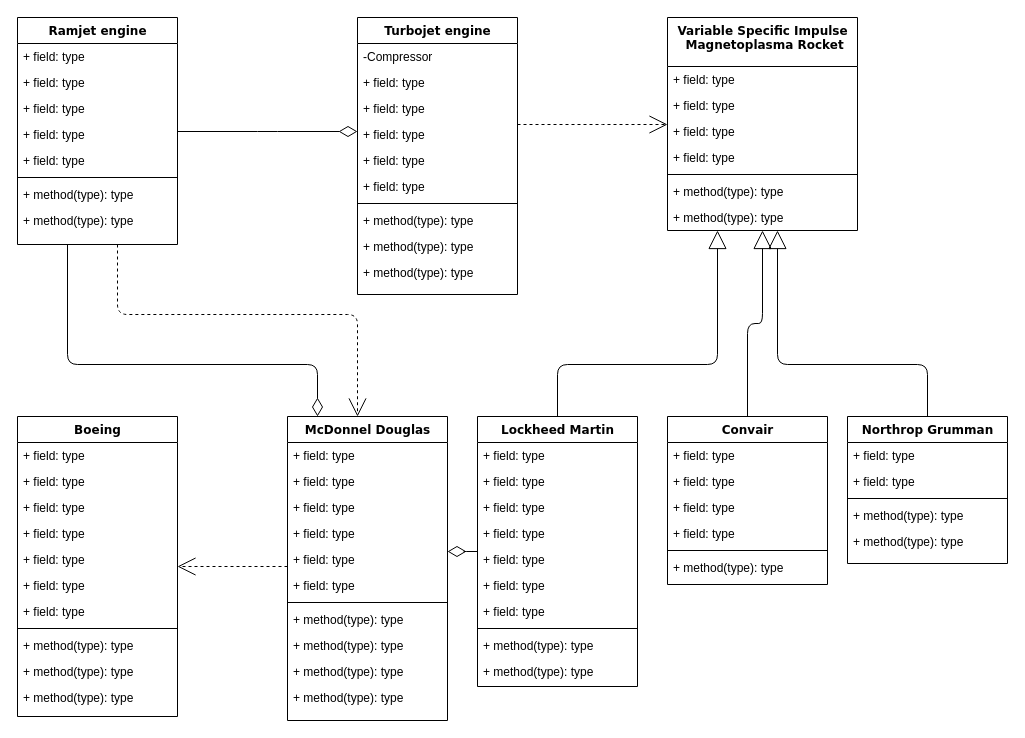
Above: Untitled Diagram.drawio in VladyslavPsyuk/WorkPlace (draw.io), before the change. Source tidied: cells renumbered, new cells numbered last; positions are measured from the earlier drawing's top-left corner, leaving out a move shared by most shapes. Both pictures are drawn from the tidied source at 100%, with x=0, y=0 at pixel (17, 17).
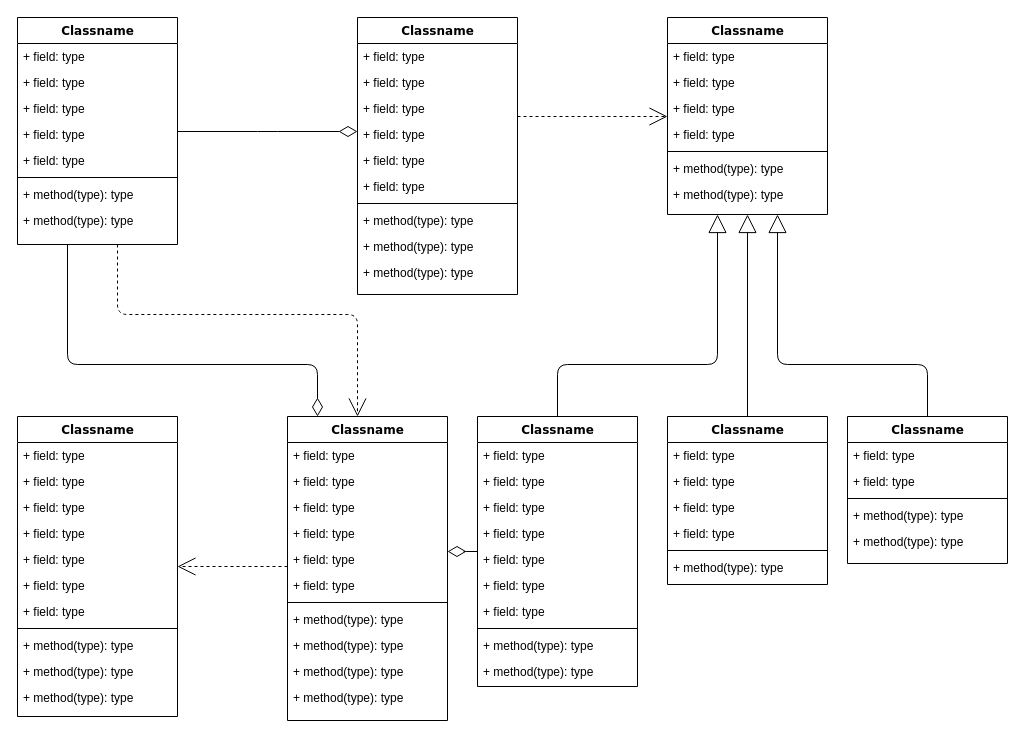
Above is the later version.

What changed in the source:
```diff
@@
-    <mxCell id="4" value="Ramjet engine" style="swimlane;html=1;fontStyle=1;align=center;verticalAlign=top;horizontal=1;startSize=26;swimlaneFillColor=#ffffff;rounded=0;shadow=0;comic=0;labelBackgroundColor=none;strokeColor=#000000;strokeWidth=1;fillColor=none;fontFamily=Verdana;fontSize=12;fontColor=#000000;" parent="1" vertex="1">
+    <mxCell id="4" value="Classname" style="swimlane;html=1;fontStyle=1;align=center;verticalAlign=top;horizontal=1;startSize=26;swimlaneFillColor=#ffffff;rounded=0;shadow=0;comic=0;labelBackgroundColor=none;strokeColor=#000000;strokeWidth=1;fillColor=none;fontFamily=Verdana;fontSize=12;fontColor=#000000;" parent="1" vertex="1">
       <mxGeometry width="160" height="227" as="geometry" />
     </mxCell>
@@
-    <mxCell id="14" value="Turbojet engine" style="swimlane;html=1;fontStyle=1;align=center;verticalAlign=top;horizontal=1;startSize=26;swimlaneFillColor=#ffffff;rounded=0;shadow=0;comic=0;labelBackgroundColor=none;strokeColor=#000000;strokeWidth=1;fillColor=none;fontFamily=Verdana;fontSize=12;fontColor=#000000;" parent="1" vertex="1">
+    <mxCell id="14" value="Classname" style="swimlane;html=1;fontStyle=1;align=center;verticalAlign=top;horizontal=1;startSize=26;swimlaneFillColor=#ffffff;rounded=0;shadow=0;comic=0;labelBackgroundColor=none;strokeColor=#000000;strokeWidth=1;fillColor=none;fontFamily=Verdana;fontSize=12;fontColor=#000000;" parent="1" vertex="1">
       <mxGeometry x="340" width="160" height="277" as="geometry" />
     </mxCell>
-    <mxCell id="15" value="-Compressor" style="text;html=1;strokeColor=none;fillColor=none;align=left;verticalAlign=top;spacingLeft=4;spacingRight=4;whiteSpace=wrap;overflow=hidden;" parent="14" vertex="1">
+    <mxCell id="15" value="+ field: type" style="text;html=1;strokeColor=none;fillColor=none;align=left;verticalAlign=top;spacingLeft=4;spacingRight=4;whiteSpace=wrap;overflow=hidden;" parent="14" vertex="1">
       <mxGeometry y="26" width="160" height="26" as="geometry" />
     </mxCell>
@@
-    <mxCell id="25" value="&lt;span&gt;Variable Specific Impulse&lt;br&gt;&amp;nbsp;Magnetoplasma Rocket&lt;/span&gt;" style="swimlane;html=1;fontStyle=1;align=center;verticalAlign=top;horizontal=1;startSize=49;swimlaneFillColor=#ffffff;rounded=0;shadow=0;comic=0;labelBackgroundColor=none;strokeColor=#000000;strokeWidth=1;fillColor=none;fontFamily=Verdana;fontSize=12;fontColor=#000000;" parent="1" vertex="1">
-      <mxGeometry x="650" width="190" height="213" as="geometry" />
+    <mxCell id="25" value="Classname" style="swimlane;html=1;fontStyle=1;align=center;verticalAlign=top;horizontal=1;startSize=26;swimlaneFillColor=#ffffff;rounded=0;shadow=0;comic=0;labelBackgroundColor=none;strokeColor=#000000;strokeWidth=1;fillColor=none;fontFamily=Verdana;fontSize=12;fontColor=#000000;" parent="1" vertex="1">
+      <mxGeometry x="650" width="160" height="197" as="geometry" />
     </mxCell>
     <mxCell id="26" value="+ field: type" style="text;html=1;strokeColor=none;fillColor=none;align=left;verticalAlign=top;spacingLeft=4;spacingRight=4;whiteSpace=wrap;overflow=hidden;" parent="25" vertex="1">
-      <mxGeometry y="49" width="190" height="26" as="geometry" />
+      <mxGeometry y="26" width="160" height="26" as="geometry" />
     </mxCell>
     <mxCell id="27" value="+ field: type" style="text;html=1;strokeColor=none;fillColor=none;align=left;verticalAlign=top;spacingLeft=4;spacingRight=4;whiteSpace=wrap;overflow=hidden;" parent="25" vertex="1">
-      <mxGeometry y="75" width="190" height="26" as="geometry" />
+      <mxGeometry y="52" width="160" height="26" as="geometry" />
     </mxCell>
     <mxCell id="28" value="+ field: type" style="text;html=1;strokeColor=none;fillColor=none;align=left;verticalAlign=top;spacingLeft=4;spacingRight=4;whiteSpace=wrap;overflow=hidden;" parent="25" vertex="1">
-      <mxGeometry y="101" width="190" height="26" as="geometry" />
+      <mxGeometry y="78" width="160" height="26" as="geometry" />
     </mxCell>
     <mxCell id="29" value="+ field: type" style="text;html=1;strokeColor=none;fillColor=none;align=left;verticalAlign=top;spacingLeft=4;spacingRight=4;whiteSpace=wrap;overflow=hidden;" parent="25" vertex="1">
-      <mxGeometry y="127" width="190" height="26" as="geometry" />
+      <mxGeometry y="104" width="160" height="26" as="geometry" />
     </mxCell>
     <mxCell id="30" style="line;html=1;strokeWidth=1;fillColor=none;align=left;verticalAlign=middle;spacingTop=-1;spacingLeft=3;spacingRight=3;labelPosition=right;" parent="25" vertex="1">
-      <mxGeometry y="153" width="190" height="8" as="geometry" />
+      <mxGeometry y="130" width="160" height="8" as="geometry" />
     </mxCell>
     <mxCell id="31" value="+ method(type): type" style="text;html=1;strokeColor=none;fillColor=none;align=left;verticalAlign=top;spacingLeft=4;spacingRight=4;whiteSpace=wrap;overflow=hidden;" parent="25" vertex="1">
-      <mxGeometry y="161" width="190" height="26" as="geometry" />
+      <mxGeometry y="138" width="160" height="26" as="geometry" />
     </mxCell>
     <mxCell id="32" value="+ method(type): type" style="text;html=1;strokeColor=none;fillColor=none;align=left;verticalAlign=top;spacingLeft=4;spacingRight=4;whiteSpace=wrap;overflow=hidden;" parent="25" vertex="1">
-      <mxGeometry y="187" width="190" height="26" as="geometry" />
+      <mxGeometry y="164" width="160" height="26" as="geometry" />
     </mxCell>
@@
-    <mxCell id="34" value="Boeing" style="swimlane;html=1;fontStyle=1;align=center;verticalAlign=top;horizontal=1;startSize=26;swimlaneFillColor=#ffffff;rounded=0;shadow=0;comic=0;labelBackgroundColor=none;strokeColor=#000000;strokeWidth=1;fillColor=none;fontFamily=Verdana;fontSize=12;fontColor=#000000;" parent="1" vertex="1">
+    <mxCell id="34" value="Classname" style="swimlane;html=1;fontStyle=1;align=center;verticalAlign=top;horizontal=1;startSize=26;swimlaneFillColor=#ffffff;rounded=0;shadow=0;comic=0;labelBackgroundColor=none;strokeColor=#000000;strokeWidth=1;fillColor=none;fontFamily=Verdana;fontSize=12;fontColor=#000000;" parent="1" vertex="1">
       <mxGeometry y="399" width="160" height="300" as="geometry" />
     </mxCell>
@@
-    <mxCell id="47" value="McDonnel Douglas" style="swimlane;html=1;fontStyle=1;align=center;verticalAlign=top;horizontal=1;startSize=26;swimlaneFillColor=#ffffff;rounded=0;shadow=0;comic=0;labelBackgroundColor=none;strokeColor=#000000;strokeWidth=1;fillColor=none;fontFamily=Verdana;fontSize=12;fontColor=#000000;" parent="1" vertex="1">
+    <mxCell id="47" value="Classname" style="swimlane;html=1;fontStyle=1;align=center;verticalAlign=top;horizontal=1;startSize=26;swimlaneFillColor=#ffffff;rounded=0;shadow=0;comic=0;labelBackgroundColor=none;strokeColor=#000000;strokeWidth=1;fillColor=none;fontFamily=Verdana;fontSize=12;fontColor=#000000;" parent="1" vertex="1">
       <mxGeometry x="270" y="399" width="160" height="304" as="geometry" />
     </mxCell>
@@
-    <mxCell id="60" value="Lockheed Martin" style="swimlane;html=1;fontStyle=1;align=center;verticalAlign=top;horizontal=1;startSize=26;swimlaneFillColor=#ffffff;rounded=0;shadow=0;comic=0;labelBackgroundColor=none;strokeColor=#000000;strokeWidth=1;fillColor=none;fontFamily=Verdana;fontSize=12;fontColor=#000000;" parent="1" vertex="1">
+    <mxCell id="60" value="Classname" style="swimlane;html=1;fontStyle=1;align=center;verticalAlign=top;horizontal=1;startSize=26;swimlaneFillColor=#ffffff;rounded=0;shadow=0;comic=0;labelBackgroundColor=none;strokeColor=#000000;strokeWidth=1;fillColor=none;fontFamily=Verdana;fontSize=12;fontColor=#000000;" parent="1" vertex="1">
       <mxGeometry x="460" y="399" width="160" height="270" as="geometry" />
     </mxCell>
@@
-    <mxCell id="72" value="&lt;span&gt;Convair&lt;/span&gt;" style="swimlane;html=1;fontStyle=1;align=center;verticalAlign=top;horizontal=1;startSize=26;swimlaneFillColor=#ffffff;rounded=0;shadow=0;comic=0;labelBackgroundColor=none;strokeColor=#000000;strokeWidth=1;fillColor=none;fontFamily=Verdana;fontSize=12;fontColor=#000000;" parent="1" vertex="1">
+    <mxCell id="72" value="Classname" style="swimlane;html=1;fontStyle=1;align=center;verticalAlign=top;horizontal=1;startSize=26;swimlaneFillColor=#ffffff;rounded=0;shadow=0;comic=0;labelBackgroundColor=none;strokeColor=#000000;strokeWidth=1;fillColor=none;fontFamily=Verdana;fontSize=12;fontColor=#000000;" parent="1" vertex="1">
       <mxGeometry x="650" y="399" width="160" height="168" as="geometry" />
     </mxCell>
@@
-    <mxCell id="80" value="&lt;span&gt;Northrop Grumman&lt;/span&gt;" style="swimlane;html=1;fontStyle=1;align=center;verticalAlign=top;horizontal=1;startSize=26;swimlaneFillColor=#ffffff;rounded=0;shadow=0;comic=0;labelBackgroundColor=none;strokeColor=#000000;strokeWidth=1;fillColor=none;fontFamily=Verdana;fontSize=12;fontColor=#000000;" parent="1" vertex="1">
+    <mxCell id="80" value="Classname" style="swimlane;html=1;fontStyle=1;align=center;verticalAlign=top;horizontal=1;startSize=26;swimlaneFillColor=#ffffff;rounded=0;shadow=0;comic=0;labelBackgroundColor=none;strokeColor=#000000;strokeWidth=1;fillColor=none;fontFamily=Verdana;fontSize=12;fontColor=#000000;" parent="1" vertex="1">
       <mxGeometry x="830" y="399" width="160" height="147" as="geometry" />
     </mxCell>
```
